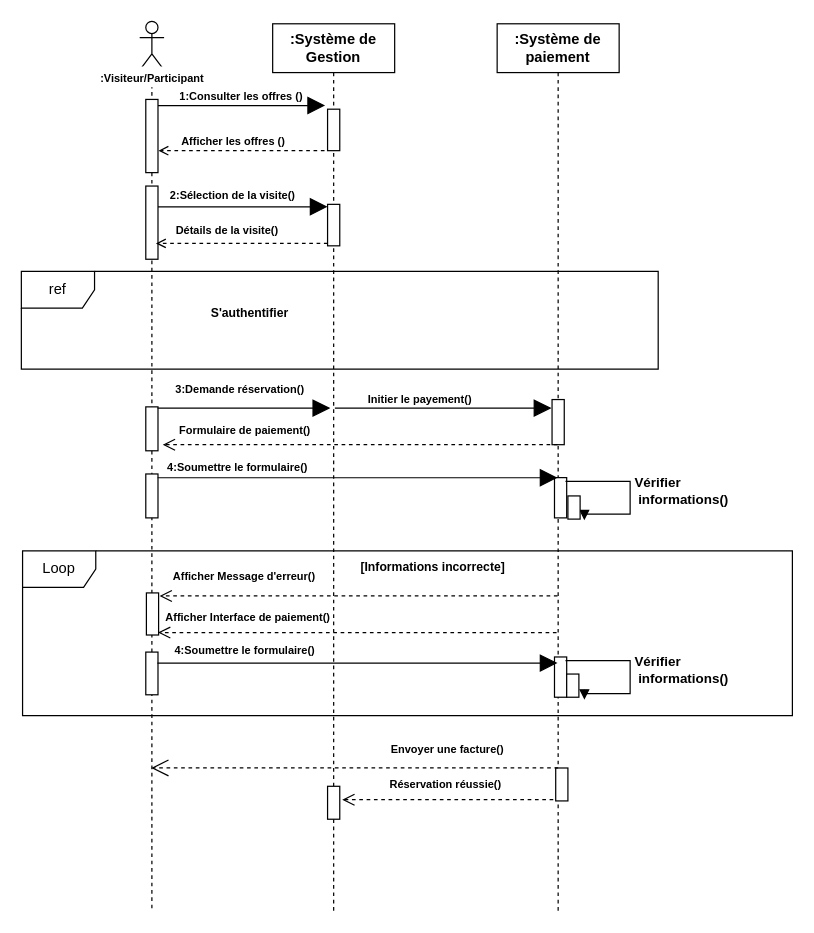
Earlier version of the draw.io diagram Diagramme sans nom.drawio (louis-fresnel99/TpGasaL1). Source tidied: cells renumbered, new cells numbered last; positions are measured from the earlier drawing's top-left corner, leaving out a move shared by most shapes. Both pictures are drawn from the tidied source at 122%, with x=0, y=0 at pixel (21, 21).
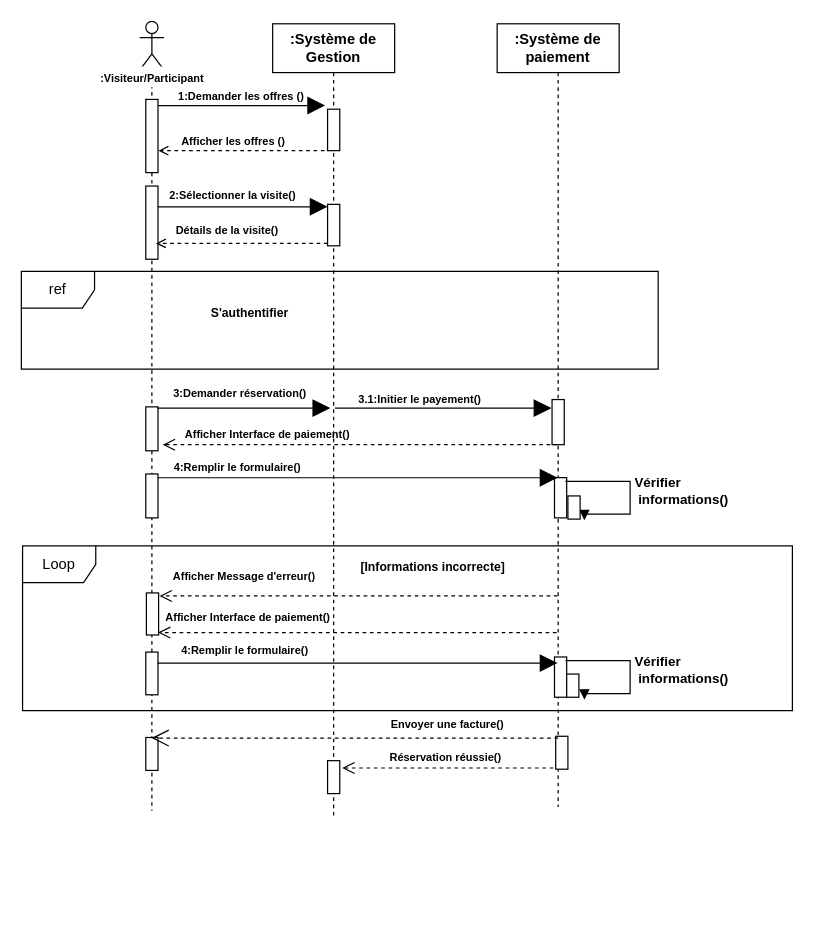
The same page after the edit.

Commit message (it also covers changes not shown here):
Mettre à jour Diagramme sans nom.drawio

The edit, as a diff of the source:
```diff
@@
     <mxCell id="2" value="&lt;b&gt;:Système de Gestion&lt;/b&gt;" style="shape=umlLifeline;perimeter=lifelinePerimeter;whiteSpace=wrap;html=1;newEdgeStyle={&quot;edgeStyle&quot;:&quot;elbowEdgeStyle&quot;,&quot;elbow&quot;:&quot;vertical&quot;,&quot;curved&quot;:0,&quot;rounded&quot;:0};fillColor=light-dark(#FFFFFF, #ffffff);strokeColor=light-dark(#000000,#000000);labelBackgroundColor=none;fontColor=light-dark(#000000,#000000);" parent="1" vertex="1">
-      <mxGeometry x="206" y="2" width="100" height="728" as="geometry" />
+      <mxGeometry x="206" y="2" width="100" height="650" as="geometry" />
     </mxCell>
     <mxCell id="3" style="html=1;perimeter=orthogonalPerimeter;targetShapes=umlLifeline;newEdgeStyle={&quot;curved&quot;:0,&quot;rounded&quot;:0};fillColor=light-dark(#FFFFFF,#FFFFFF);strokeColor=light-dark(#000000,#000000);" parent="2" vertex="1">
-      <mxGeometry x="45" y="625" width="10" height="27" as="geometry" />
+      <mxGeometry x="45" y="604" width="10" height="27" as="geometry" />
     </mxCell>
     <mxCell id="4" style="shape=umlLifeline;perimeter=lifelinePerimeter;whiteSpace=wrap;html=1;outlineConnect=0;portConstraint=eastwest;newEdgeStyle={&quot;curved&quot;:0,&quot;rounded&quot;:0};participant=umlActor;fillColor=light-dark(#FFFFFF,#000000);strokeColor=light-dark(#000000,#000000);" parent="1" vertex="1">
-      <mxGeometry x="97" width="20" height="729" as="geometry" />
+      <mxGeometry x="97" width="20" height="647" as="geometry" />
     </mxCell>
@@
+    <mxCell id="53" style="html=1;perimeter=orthogonalPerimeter;targetShapes=umlLifeline;newEdgeStyle={&quot;curved&quot;:0,&quot;rounded&quot;:0};fillColor=light-dark(#FFFFFF,#FFFFFF);strokeColor=light-dark(#000000,#000000);" parent="4" vertex="1">
+      <mxGeometry x="5" y="587" width="10" height="27" as="geometry" />
+    </mxCell>
@@
     <mxCell id="11" value="&lt;b&gt;:Système de paiement&lt;/b&gt;" style="shape=umlLifeline;perimeter=lifelinePerimeter;whiteSpace=wrap;html=1;outlineConnect=0;portConstraint=eastwest;newEdgeStyle={&quot;curved&quot;:0,&quot;rounded&quot;:0};fillColor=light-dark(#FFFFFF,#FFFFFF);fontColor=light-dark(#000000,#000000);strokeColor=light-dark(#000000,#000000);" parent="1" vertex="1">
-      <mxGeometry x="390" y="2" width="100" height="727" as="geometry" />
+      <mxGeometry x="390" y="2" width="100" height="642" as="geometry" />
     </mxCell>
     <mxCell id="12" style="html=1;perimeter=orthogonalPerimeter;targetShapes=umlLifeline;newEdgeStyle={&quot;curved&quot;:0,&quot;rounded&quot;:0};fillColor=light-dark(#FFFFFF,#FFFFFF);strokeColor=light-dark(#000000,#000000);" parent="11" vertex="1">
-      <mxGeometry x="48" y="610" width="10" height="27" as="geometry" />
+      <mxGeometry x="48" y="584" width="10" height="27" as="geometry" />
     </mxCell>
@@
-    <mxCell id="19" value="&lt;font style=&quot;color: light-dark(rgb(0, 0, 0), rgb(0, 0, 0)); font-size: 9px;&quot;&gt;&lt;b style=&quot;&quot;&gt;1:Consulter les offres ()&lt;/b&gt;&lt;/font&gt;" style="text;html=1;align=center;verticalAlign=middle;whiteSpace=wrap;rounded=0;" parent="1" vertex="1">
+    <mxCell id="19" value="&lt;font style=&quot;color: light-dark(rgb(0, 0, 0), rgb(0, 0, 0)); font-size: 9px;&quot;&gt;&lt;b style=&quot;&quot;&gt;1:Demander les offres ()&lt;/b&gt;&lt;/font&gt;" style="text;html=1;align=center;verticalAlign=middle;whiteSpace=wrap;rounded=0;" parent="1" vertex="1">
       <mxGeometry x="116" y="50" width="129" height="22" as="geometry" />
     </mxCell>
@@
-    <mxCell id="23" value="&lt;font style=&quot;color: light-dark(rgb(0, 0, 0), rgb(0, 0, 0)); font-size: 9px;&quot;&gt;&lt;b&gt;2:&lt;/b&gt;&lt;b style=&quot;&quot;&gt;Sélection de la visite()&lt;/b&gt;&lt;/font&gt;" style="text;html=1;align=center;verticalAlign=middle;whiteSpace=wrap;rounded=0;" parent="1" vertex="1">
+    <mxCell id="23" value="&lt;font style=&quot;color: light-dark(rgb(0, 0, 0), rgb(0, 0, 0)); font-size: 9px;&quot;&gt;&lt;b&gt;2:&lt;/b&gt;&lt;b style=&quot;&quot;&gt;Sélectionner la visite()&lt;/b&gt;&lt;/font&gt;" style="text;html=1;align=center;verticalAlign=middle;whiteSpace=wrap;rounded=0;" parent="1" vertex="1">
       <mxGeometry x="115.9" y="133" width="114.7" height="17" as="geometry" />
     </mxCell>
@@
-    <mxCell id="27" value="&lt;font style=&quot;color: light-dark(rgb(0, 0, 0), rgb(0, 0, 0)); font-size: 9px;&quot;&gt;&lt;b style=&quot;&quot;&gt;3:Demande réservation()&lt;/b&gt;&lt;/font&gt;" style="text;html=1;align=center;verticalAlign=middle;whiteSpace=wrap;rounded=0;" parent="1" vertex="1">
-      <mxGeometry x="114.6" y="292" width="129" height="18" as="geometry" />
+    <mxCell id="27" value="&lt;font style=&quot;color: light-dark(rgb(0, 0, 0), rgb(0, 0, 0)); font-size: 9px;&quot;&gt;&lt;b style=&quot;&quot;&gt;3:Demander réservation()&lt;/b&gt;&lt;/font&gt;" style="text;html=1;align=center;verticalAlign=middle;whiteSpace=wrap;rounded=0;" parent="1" vertex="1">
+      <mxGeometry x="114.6" y="295" width="129" height="18" as="geometry" />
     </mxCell>
@@
-    <mxCell id="30" value="&lt;font style=&quot;color: light-dark(rgb(0, 0, 0), rgb(0, 0, 0));&quot;&gt;&lt;b&gt;4:Soumettre le formulaire()&lt;/b&gt;&lt;/font&gt;" style="text;html=1;align=center;verticalAlign=middle;whiteSpace=wrap;rounded=0;fontSize=9;" parent="1" vertex="1">
+    <mxCell id="30" value="&lt;font style=&quot;color: light-dark(rgb(0, 0, 0), rgb(0, 0, 0));&quot;&gt;&lt;b&gt;4:Remplir le formulaire()&lt;/b&gt;&lt;/font&gt;" style="text;html=1;align=center;verticalAlign=middle;whiteSpace=wrap;rounded=0;fontSize=9;" parent="1" vertex="1">
       <mxGeometry x="120.2" y="508" width="126.7" height="16" as="geometry" />
     </mxCell>
-    <mxCell id="31" style="endArrow=open;endFill=0;endSize=12;html=1;rounded=0;strokeColor=light-dark(#000000,#000000);exitX=0.5;exitY=0.839;exitDx=0;exitDy=0;exitPerimeter=0;dashed=1;" parent="1" edge="1" source="11" target="4">
-      <mxGeometry relative="1" as="geometry" />
+    <mxCell id="31" style="endArrow=open;endFill=0;endSize=12;html=1;rounded=0;strokeColor=light-dark(#000000,#000000);exitX=0.5;exitY=0.839;exitDx=0;exitDy=0;exitPerimeter=0;dashed=1;" parent="1" edge="1">
+      <mxGeometry relative="1" as="geometry">
+        <mxPoint x="440" y="587.5" as="sourcePoint" />
+        <mxPoint x="106.7" y="587.5" as="targetPoint" />
+      </mxGeometry>
     </mxCell>
     <mxCell id="32" style="html=1;verticalAlign=bottom;endArrow=open;dashed=1;endSize=8;curved=0;rounded=0;strokeColor=light-dark(#000000,#000000);" parent="1" edge="1">
       <mxGeometry relative="1" as="geometry">
-        <mxPoint x="436" y="638" as="sourcePoint" />
-        <mxPoint x="263" y="638" as="targetPoint" />
+        <mxPoint x="436" y="612" as="sourcePoint" />
+        <mxPoint x="263" y="612" as="targetPoint" />
       </mxGeometry>
     </mxCell>
@@
     <mxCell id="34" value="&lt;font style=&quot;color: light-dark(rgb(0, 0, 0), rgb(0, 0, 0)); font-size: 9px;&quot;&gt;&lt;b&gt;Envoyer une facture()&lt;/b&gt;&lt;/font&gt;" style="text;html=1;align=center;verticalAlign=middle;whiteSpace=wrap;rounded=0;" parent="1" vertex="1">
-      <mxGeometry x="293.5" y="587" width="110.5" height="17" as="geometry" />
+      <mxGeometry x="293.5" y="567" width="110.5" height="17" as="geometry" />
     </mxCell>
     <mxCell id="35" value="&lt;font style=&quot;color: light-dark(rgb(0, 0, 0), rgb(0, 0, 0)); font-size: 9px;&quot;&gt;&lt;b&gt;Réservation réussie()&lt;/b&gt;&lt;/font&gt;" style="text;html=1;align=center;verticalAlign=middle;whiteSpace=wrap;rounded=0;" parent="1" vertex="1">
-      <mxGeometry x="295" y="616" width="106.1" height="17" as="geometry" />
+      <mxGeometry x="295" y="594" width="106.1" height="17" as="geometry" />
     </mxCell>
@@
     <mxCell id="39" value="Loop" style="shape=umlFrame;whiteSpace=wrap;html=1;" parent="1" vertex="1">
-      <mxGeometry x="1" y="434" width="631" height="135" as="geometry" />
+      <mxGeometry x="1" y="430" width="631" height="135" as="geometry" />
     </mxCell>
@@
-    <mxCell id="43" value="&lt;font style=&quot;color: light-dark(rgb(0, 0, 0), rgb(0, 0, 0)); font-size: 9px;&quot;&gt;&lt;b&gt;Formulaire de paiement()&lt;/b&gt;&lt;/font&gt;" style="text;html=1;align=center;verticalAlign=middle;whiteSpace=wrap;rounded=0;" parent="1" vertex="1">
-      <mxGeometry x="125.6" y="326" width="115.1" height="17" as="geometry" />
+    <mxCell id="43" value="&lt;font style=&quot;color: light-dark(rgb(0, 0, 0), rgb(0, 0, 0)); font-size: 9px;&quot;&gt;&lt;b&gt;Afficher Interface de paiement()&lt;/b&gt;&lt;/font&gt;" style="text;html=1;align=center;verticalAlign=middle;whiteSpace=wrap;rounded=0;" parent="1" vertex="1">
+      <mxGeometry x="116" y="329" width="172.4" height="17" as="geometry" />
     </mxCell>
@@
-    <mxCell id="45" value="&lt;font style=&quot;color: light-dark(rgb(0, 0, 0), rgb(0, 0, 0));&quot;&gt;&lt;b&gt;4:Soumettre le formulaire()&lt;/b&gt;&lt;/font&gt;" style="text;html=1;align=center;verticalAlign=middle;whiteSpace=wrap;rounded=0;fontSize=9;" parent="1" vertex="1">
+    <mxCell id="45" value="&lt;font style=&quot;color: light-dark(rgb(0, 0, 0), rgb(0, 0, 0));&quot;&gt;&lt;b&gt;4:Remplir le formulaire()&lt;/b&gt;&lt;/font&gt;" style="text;html=1;align=center;verticalAlign=middle;whiteSpace=wrap;rounded=0;fontSize=9;" parent="1" vertex="1">
       <mxGeometry x="114" y="358" width="126.7" height="16" as="geometry" />
     </mxCell>
@@
-    <mxCell id="47" value="&lt;font style=&quot;color: light-dark(rgb(0, 0, 0), rgb(0, 0, 0)); font-size: 9px;&quot;&gt;&lt;b&gt;Initier le payement()&lt;/b&gt;&lt;/font&gt;" style="text;html=1;align=center;verticalAlign=middle;whiteSpace=wrap;rounded=0;" parent="1" vertex="1">
+    <mxCell id="47" value="&lt;font style=&quot;color: light-dark(rgb(0, 0, 0), rgb(0, 0, 0)); font-size: 9px;&quot;&gt;&lt;b&gt;3.1:Initier le payement()&lt;/b&gt;&lt;/font&gt;" style="text;html=1;align=center;verticalAlign=middle;whiteSpace=wrap;rounded=0;" parent="1" vertex="1">
       <mxGeometry x="269.5" y="300" width="114" height="17" as="geometry" />
     </mxCell>
```
